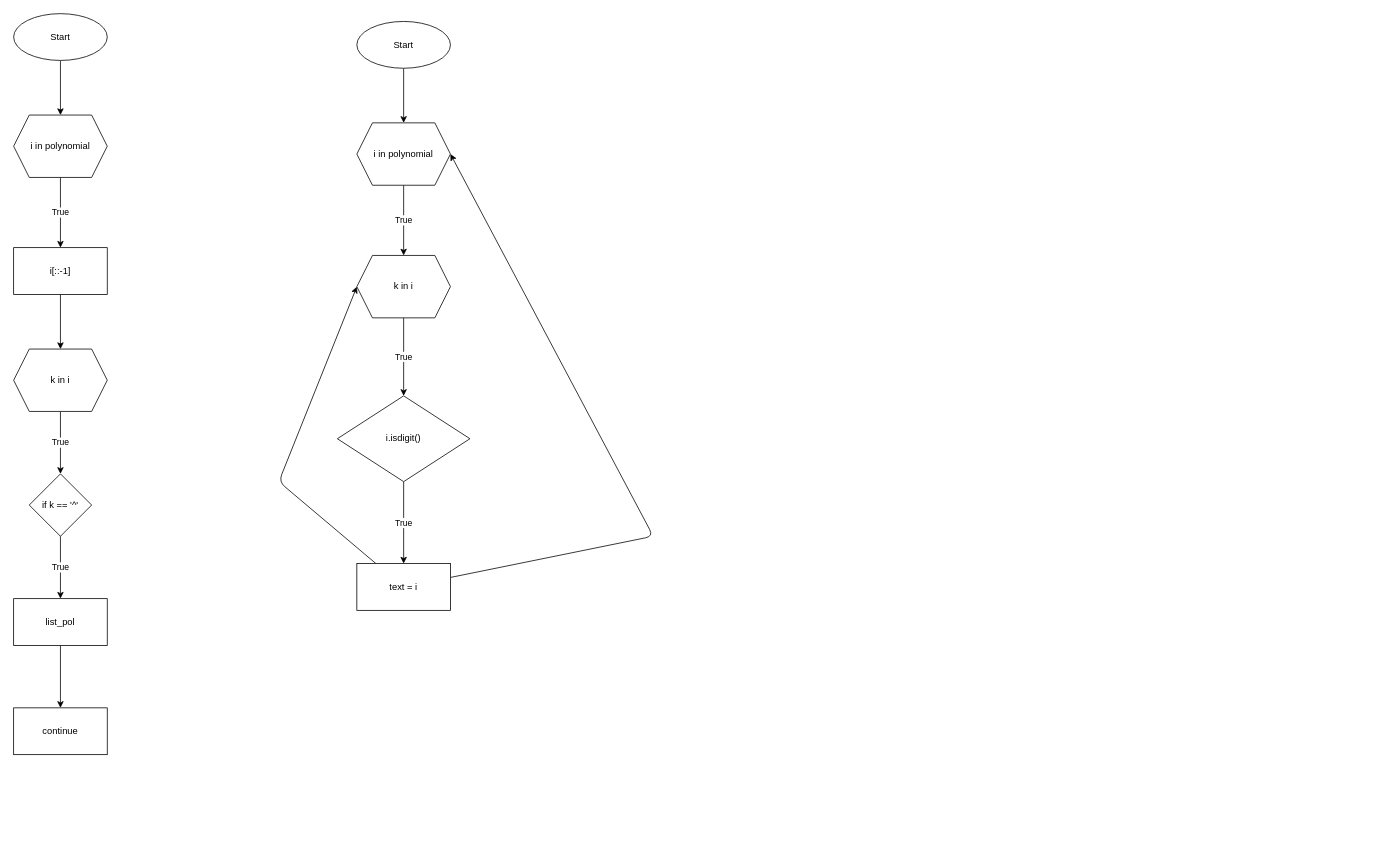
Above: Lesson_5-6/task_34_sum.drawio in Fostix/GB_Python_Tasks (draw.io), before the change. Source tidied: cells renumbered, new cells numbered last; positions are measured from the earlier drawing's top-left corner, leaving out a move shared by most shapes. Both pictures are drawn from the tidied source at 78%, with x=0, y=0 at pixel (13, 13).
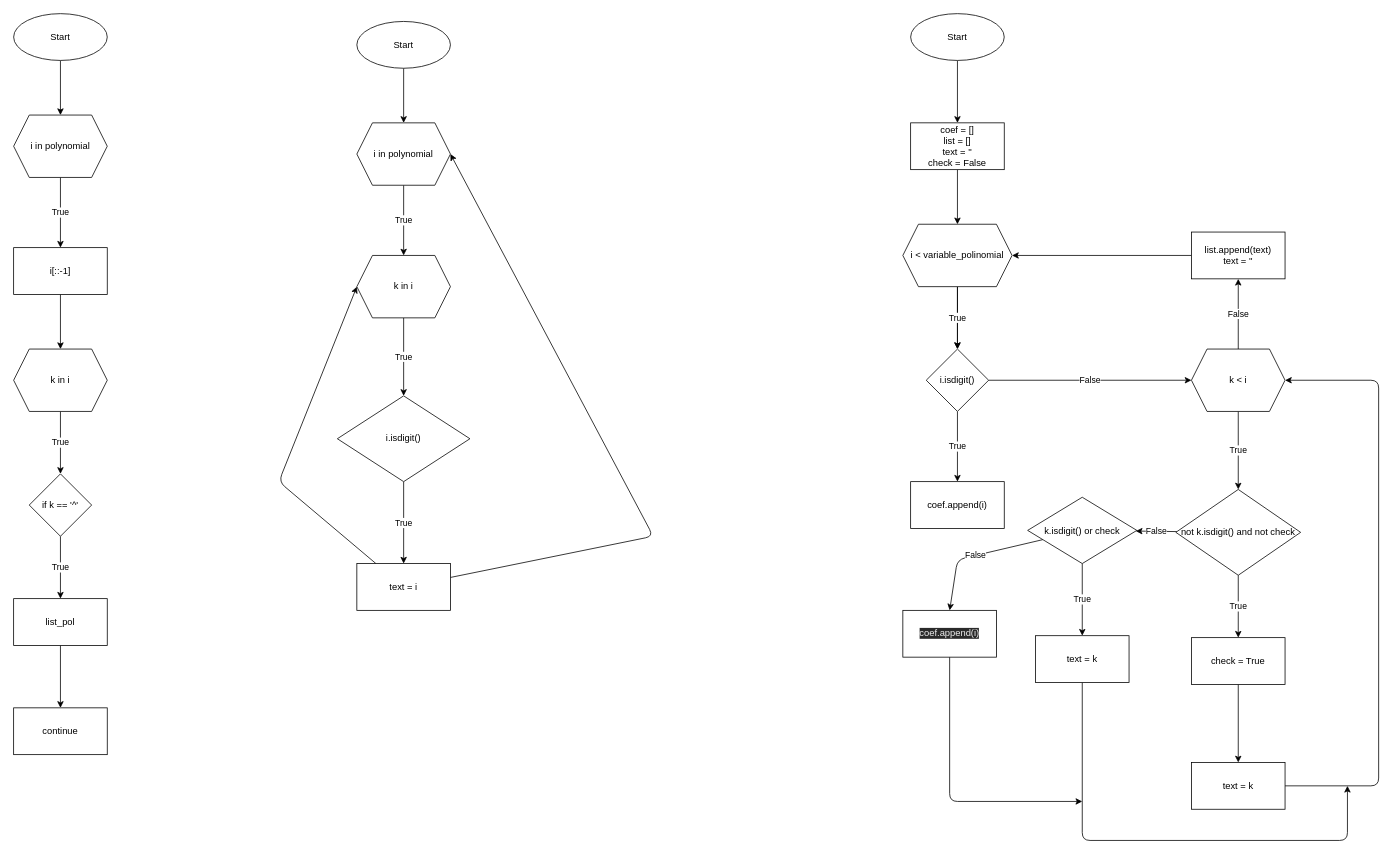
The same page after the edit.

Commit message (it also covers changes not shown here):
make something while don't work

The edit, as a diff of the source:
```diff
@@
+    <mxCell id="26" style="edgeStyle=none;html=1;" parent="1" edge="1" source="27" target="29">
+      <mxGeometry relative="1" as="geometry" />
+    </mxCell>
+    <mxCell id="27" value="Start" style="ellipse;whiteSpace=wrap;html=1;" parent="1" vertex="1">
+      <mxGeometry x="1150" width="120" height="60" as="geometry" />
+    </mxCell>
+    <mxCell id="28" style="edgeStyle=none;html=1;" parent="1" edge="1" source="29" target="32">
+      <mxGeometry relative="1" as="geometry" />
+    </mxCell>
+    <mxCell id="29" value="coef = []&lt;br&gt;list = []&lt;br&gt;text = ''&lt;br&gt;check = False" style="whiteSpace=wrap;html=1;" parent="1" vertex="1">
+      <mxGeometry x="1150" y="140" width="120" height="60" as="geometry" />
+    </mxCell>
+    <mxCell id="30" style="edgeStyle=none;html=1;" parent="1" edge="1" source="32" target="35">
+      <mxGeometry relative="1" as="geometry" />
+    </mxCell>
+    <mxCell id="31" value="True" style="edgeStyle=none;html=1;" parent="1" edge="1" source="32" target="35">
+      <mxGeometry relative="1" as="geometry" />
+    </mxCell>
+    <mxCell id="32" value="i &amp;lt; variable_polinomial" style="shape=hexagon;perimeter=hexagonPerimeter2;whiteSpace=wrap;html=1;fixedSize=1;" parent="1" vertex="1">
+      <mxGeometry x="1140" y="270" width="140" height="80" as="geometry" />
+    </mxCell>
+    <mxCell id="33" value="True" style="edgeStyle=none;html=1;" parent="1" edge="1" source="35" target="36">
+      <mxGeometry relative="1" as="geometry" />
+    </mxCell>
+    <mxCell id="34" value="False" style="edgeStyle=none;html=1;" parent="1" edge="1" source="35" target="39">
+      <mxGeometry relative="1" as="geometry" />
+    </mxCell>
+    <mxCell id="35" value="i.isdigit()" style="rhombus;whiteSpace=wrap;html=1;" parent="1" vertex="1">
+      <mxGeometry x="1170" y="430" width="80" height="80" as="geometry" />
+    </mxCell>
+    <mxCell id="36" value="coef.append(i)" style="whiteSpace=wrap;html=1;" parent="1" vertex="1">
+      <mxGeometry x="1150" y="600" width="120" height="60" as="geometry" />
+    </mxCell>
+    <mxCell id="37" value="True" style="edgeStyle=none;html=1;" parent="1" edge="1" source="39">
+      <mxGeometry relative="1" as="geometry">
+        <mxPoint x="1570" y="610" as="targetPoint" />
+      </mxGeometry>
+    </mxCell>
+    <mxCell id="38" value="False" style="edgeStyle=none;html=1;entryX=0.5;entryY=1;entryDx=0;entryDy=0;" parent="1" edge="1" source="39" target="51">
+      <mxGeometry relative="1" as="geometry" />
+    </mxCell>
+    <mxCell id="39" value="k &amp;lt; i" style="shape=hexagon;perimeter=hexagonPerimeter2;whiteSpace=wrap;html=1;fixedSize=1;" parent="1" vertex="1">
+      <mxGeometry x="1510" y="430" width="120" height="80" as="geometry" />
+    </mxCell>
+    <mxCell id="40" value="True" style="edgeStyle=none;html=1;" parent="1" edge="1" target="46">
+      <mxGeometry relative="1" as="geometry">
+        <mxPoint x="1570" y="720" as="sourcePoint" />
+      </mxGeometry>
+    </mxCell>
+    <mxCell id="41" value="False" style="edgeStyle=none;html=1;" parent="1" edge="1" source="42" target="49">
+      <mxGeometry relative="1" as="geometry" />
+    </mxCell>
+    <mxCell id="42" value="not k.isdigit() and not check" style="rhombus;whiteSpace=wrap;html=1;" parent="1" vertex="1">
+      <mxGeometry x="1490" y="610" width="160" height="110" as="geometry" />
+    </mxCell>
+    <mxCell id="43" style="edgeStyle=none;html=1;entryX=1;entryY=0.5;entryDx=0;entryDy=0;" parent="1" edge="1" source="44" target="39">
+      <mxGeometry relative="1" as="geometry">
+        <Array as="points">
+          <mxPoint x="1750" y="990" />
+          <mxPoint x="1750" y="470" />
+        </Array>
+      </mxGeometry>
+    </mxCell>
+    <mxCell id="44" value="text = k" style="whiteSpace=wrap;html=1;" parent="1" vertex="1">
+      <mxGeometry x="1510" y="960" width="120" height="60" as="geometry" />
+    </mxCell>
+    <mxCell id="45" style="edgeStyle=none;html=1;" parent="1" edge="1" source="46" target="44">
+      <mxGeometry relative="1" as="geometry" />
+    </mxCell>
+    <mxCell id="46" value="check = True" style="whiteSpace=wrap;html=1;" parent="1" vertex="1">
+      <mxGeometry x="1510" y="800" width="120" height="60" as="geometry" />
+    </mxCell>
+    <mxCell id="47" value="True" style="edgeStyle=none;html=1;" parent="1" edge="1" source="49" target="53">
+      <mxGeometry relative="1" as="geometry" />
+    </mxCell>
+    <mxCell id="48" value="False" style="edgeStyle=none;html=1;entryX=0.5;entryY=0;entryDx=0;entryDy=0;" parent="1" edge="1" source="49" target="55">
+      <mxGeometry relative="1" as="geometry">
+        <Array as="points">
+          <mxPoint x="1210" y="700" />
+        </Array>
+      </mxGeometry>
+    </mxCell>
+    <mxCell id="49" value="k.isdigit() or check" style="rhombus;whiteSpace=wrap;html=1;" parent="1" vertex="1">
+      <mxGeometry x="1300" y="620" width="140" height="85" as="geometry" />
+    </mxCell>
+    <mxCell id="50" style="edgeStyle=none;html=1;entryX=1;entryY=0.5;entryDx=0;entryDy=0;" parent="1" edge="1" source="51" target="32">
+      <mxGeometry relative="1" as="geometry" />
+    </mxCell>
+    <mxCell id="51" value="list.append(text)&lt;br&gt;text = ''" style="whiteSpace=wrap;html=1;" parent="1" vertex="1">
+      <mxGeometry x="1510" y="280" width="120" height="60" as="geometry" />
+    </mxCell>
+    <mxCell id="52" style="edgeStyle=none;html=1;" parent="1" edge="1" source="53">
+      <mxGeometry relative="1" as="geometry">
+        <mxPoint x="1710" y="990" as="targetPoint" />
+        <Array as="points">
+          <mxPoint x="1370" y="1060" />
+          <mxPoint x="1710" y="1060" />
+        </Array>
+      </mxGeometry>
+    </mxCell>
+    <mxCell id="53" value="text = k" style="whiteSpace=wrap;html=1;" parent="1" vertex="1">
+      <mxGeometry x="1310" y="797.5" width="120" height="60" as="geometry" />
+    </mxCell>
+    <mxCell id="54" style="edgeStyle=none;html=1;" parent="1" edge="1" source="55">
+      <mxGeometry relative="1" as="geometry">
+        <mxPoint x="1370" y="1010" as="targetPoint" />
+        <Array as="points">
+          <mxPoint x="1200" y="1010" />
+        </Array>
+      </mxGeometry>
+    </mxCell>
+    <mxCell id="55" value="&#10;&#10;&lt;span style=&quot;color: rgb(240, 240, 240); font-family: helvetica; font-size: 12px; font-style: normal; font-weight: 400; letter-spacing: normal; text-align: center; text-indent: 0px; text-transform: none; word-spacing: 0px; background-color: rgb(42, 42, 42); display: inline; float: none;&quot;&gt;coef.append(i)&lt;/span&gt;&#10;&#10;" style="whiteSpace=wrap;html=1;" parent="1" vertex="1">
+      <mxGeometry x="1140" y="765" width="120" height="60" as="geometry" />
+    </mxCell>
```
